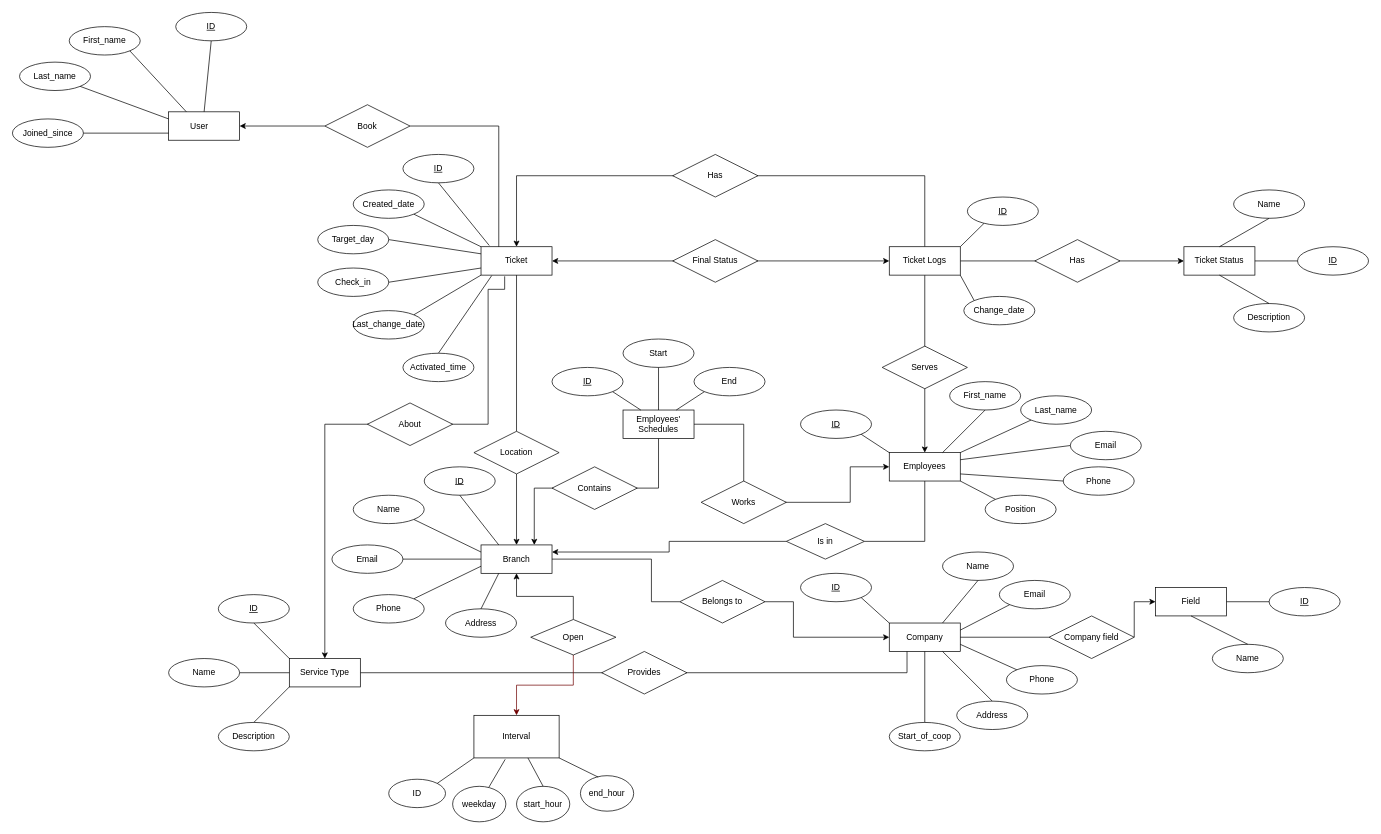
MovsisyanM/DB-Queues keeps this draw.io diagram as newesy vers.drawio. Above is the earlier version. Source tidied: cells renumbered, new cells numbered last; positions are measured from the earlier drawing's top-left corner, leaving out a move shared by most shapes. Both pictures are drawn from the tidied source at 71%, with x=0, y=0 at pixel (12, 12).
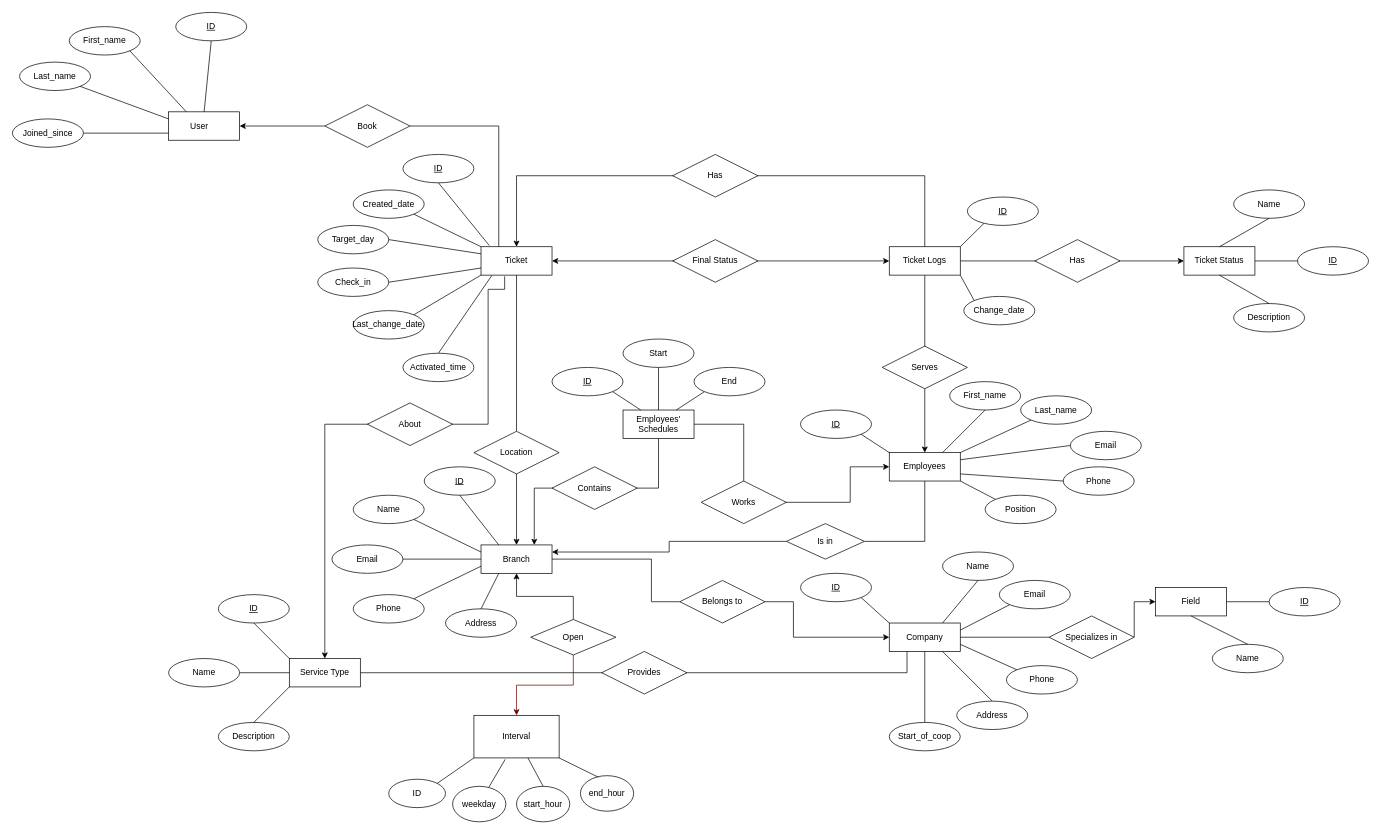
The same page after the edit.

Commit message:
Renamed rel. 'Company field' to 'Specializes in'

Diff of the diagram source:
```diff
@@
-    <mxCell id="120" value="Company field" style="shape=rhombus;perimeter=rhombusPerimeter;whiteSpace=wrap;html=1;align=center;" parent="1" vertex="1">
+    <mxCell id="120" value="Specializes in" style="shape=rhombus;perimeter=rhombusPerimeter;whiteSpace=wrap;html=1;align=center;" parent="1" vertex="1">
       <mxGeometry x="1460" y="850" width="120" height="60" as="geometry" />
     </mxCell>
```
